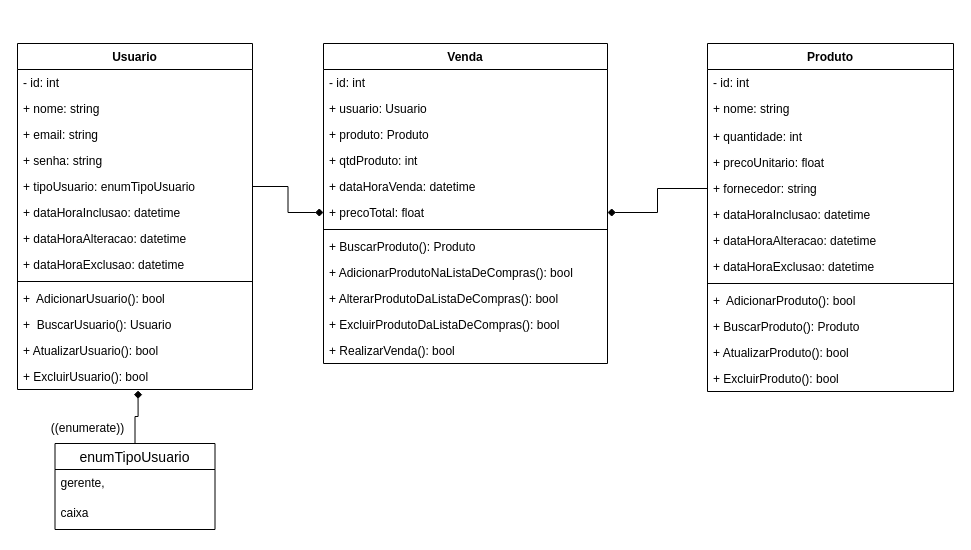
Earlier version of the draw.io diagram page "Diagrama de Classes" (3 of 3) of mercearia-seu-joao/bd-e-diagrama.drawio (Sanborg/mercearia-seu-joao). Source tidied: cells renumbered, new cells numbered last; positions are measured from the earlier drawing's top-left corner, leaving out a move shared by most shapes. Both pictures are drawn from the tidied source at 100%, with x=0, y=0 at pixel (17, 43).
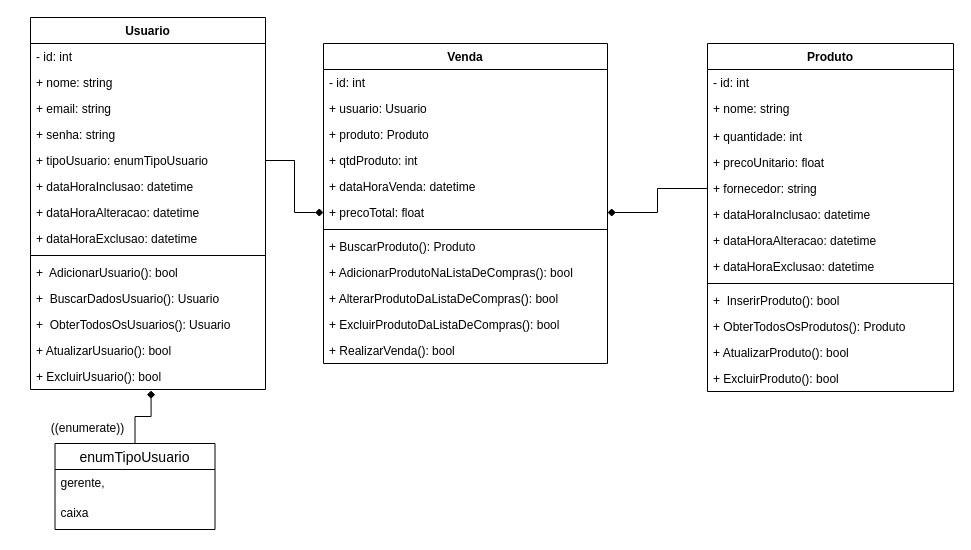
The same page after the edit.

Unchanged cells that the change refers to:
```xml
<mxCell id="22" value="Produto" style="swimlane;fontStyle=1;align=center;verticalAlign=top;horizontal=1;startSize=26;" parent="1" vertex="1">
  <mxGeometry x="690" width="246" height="348" as="geometry" />
</mxCell>
```

What changed in the source:
```diff
@@
     <mxCell id="7" value="Usuario" style="swimlane;fontStyle=1;align=center;verticalAlign=top;horizontal=1;startSize=26;" parent="1" vertex="1">
-      <mxGeometry width="235" height="346" as="geometry" />
+      <mxGeometry x="13" y="-26" width="235" height="372" as="geometry" />
     </mxCell>
@@
-    <mxCell id="18" value="+  BuscarUsuario(): Usuario" style="text;strokeColor=none;fillColor=none;align=left;verticalAlign=top;spacingLeft=4;spacingRight=4;overflow=hidden;" parent="7" vertex="1">
+    <mxCell id="18" value="+  BuscarDadosUsuario(): Usuario" style="text;strokeColor=none;fillColor=none;align=left;verticalAlign=top;spacingLeft=4;spacingRight=4;overflow=hidden;" parent="7" vertex="1">
       <mxGeometry y="268" width="235" height="26" as="geometry" />
     </mxCell>
+    <mxCell id="50" value="+  ObterTodosOsUsuarios(): Usuario" style="text;strokeColor=none;fillColor=none;align=left;verticalAlign=top;spacingLeft=4;spacingRight=4;overflow=hidden;" parent="7" vertex="1">
+      <mxGeometry y="294" width="235" height="26" as="geometry" />
+    </mxCell>
     <mxCell id="19" value="+ AtualizarUsuario(): bool" style="text;strokeColor=none;fillColor=none;align=left;verticalAlign=top;spacingLeft=4;spacingRight=4;overflow=hidden;" parent="7" vertex="1">
-      <mxGeometry y="294" width="235" height="26" as="geometry" />
+      <mxGeometry y="320" width="235" height="26" as="geometry" />
     </mxCell>
     <mxCell id="20" value="+ ExcluirUsuario(): bool" style="text;strokeColor=none;fillColor=none;align=left;verticalAlign=top;spacingLeft=4;spacingRight=4;overflow=hidden;points=[[0,0.5],[1,0.5]];portConstraint=eastwest;" parent="7" vertex="1">
-      <mxGeometry y="320" width="235" height="26" as="geometry" />
+      <mxGeometry y="346" width="235" height="26" as="geometry" />
     </mxCell>
@@
-    <mxCell id="32" value="+  AdicionarProduto(): bool" style="text;strokeColor=none;fillColor=none;align=left;verticalAlign=top;spacingLeft=4;spacingRight=4;overflow=hidden;" parent="22" vertex="1">
+    <mxCell id="32" value="+  InserirProduto(): bool" style="text;strokeColor=none;fillColor=none;align=left;verticalAlign=top;spacingLeft=4;spacingRight=4;overflow=hidden;" parent="22" vertex="1">
       <mxGeometry y="244" width="246" height="26" as="geometry" />
     </mxCell>
-    <mxCell id="33" value="+ BuscarProduto(): Produto" style="text;strokeColor=none;fillColor=none;align=left;verticalAlign=top;spacingLeft=4;spacingRight=4;overflow=hidden;" parent="22" vertex="1">
+    <mxCell id="33" value="+ ObterTodosOsProdutos(): Produto" style="text;strokeColor=none;fillColor=none;align=left;verticalAlign=top;spacingLeft=4;spacingRight=4;overflow=hidden;" parent="22" vertex="1">
       <mxGeometry y="270" width="246" height="26" as="geometry" />
     </mxCell>
```
